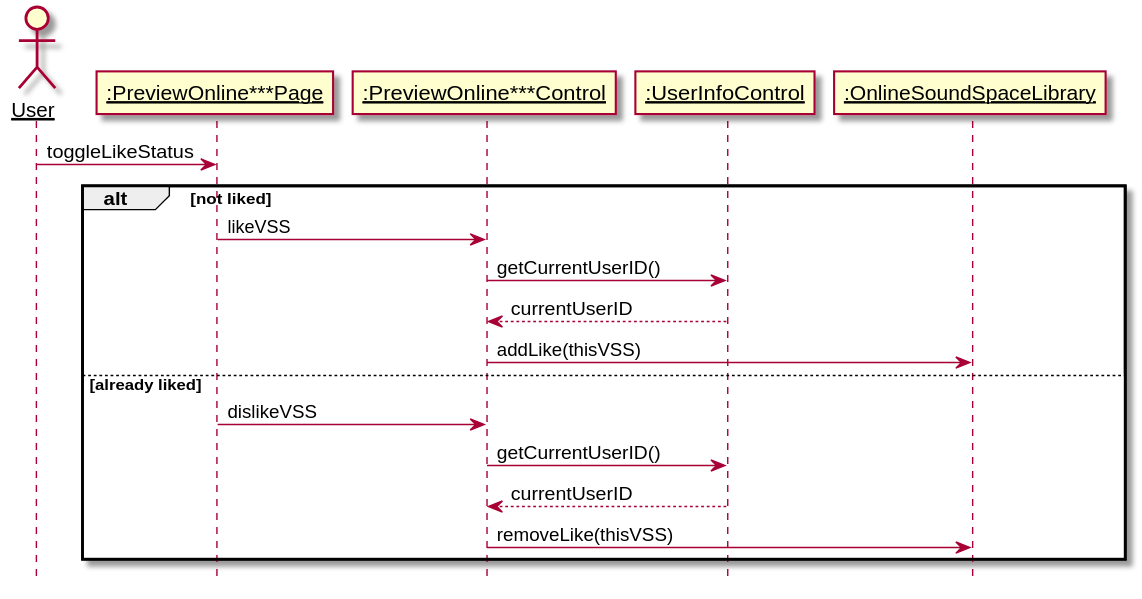
Before: 设计/Diagrams/LikeVSS.svg, a diagram exported from PlantUML (kpp19920121/doc).
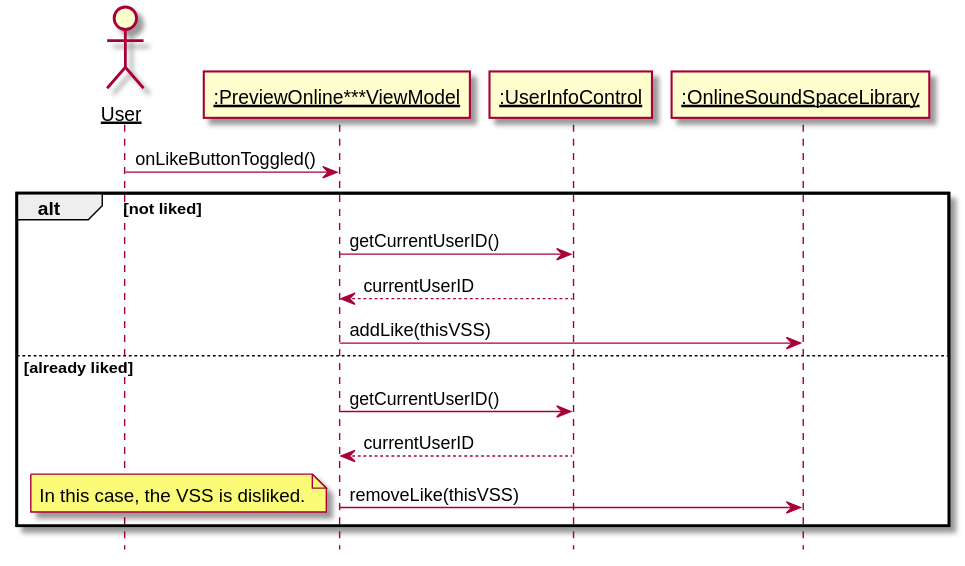
Later version of the same file.

What changed in the source:
```diff
@@ -2,22 +2,20 @@
 hide footbox
 skinparam sequenceParticipant underline
 actor User as user
-participant ":PreviewOnline***Page" as page
-participant ":PreviewOnline***Control" as control
+participant ":PreviewOnline***ViewModel" as viewModel
 participant ":UserInfoControl" as info
 participant ":OnlineSoundSpaceLibrary" as library
 
-user -> page: toggleLikeStatus
+user -> viewModel: onLikeButtonToggled()
 alt not liked
-    page -> control: likeVSS
-    control -> info: getCurrentUserID()
-    info --> control: currentUserID
-    control -> library: addLike(thisVSS)
+    viewModel -> info: getCurrentUserID()
+    info --> viewModel: currentUserID
+    viewModel -> library: addLike(thisVSS)
 else already liked
-    page -> control: dislikeVSS
-    control -> info: getCurrentUserID()
-    info --> control: currentUserID
-    control -> library: removeLike(thisVSS)
+    viewModel -> info: getCurrentUserID()
+    info --> viewModel: currentUserID
+    viewModel -> library: removeLike(thisVSS)
+    note left: In this case, the VSS is disliked.
 end
 
 @enduml
```
